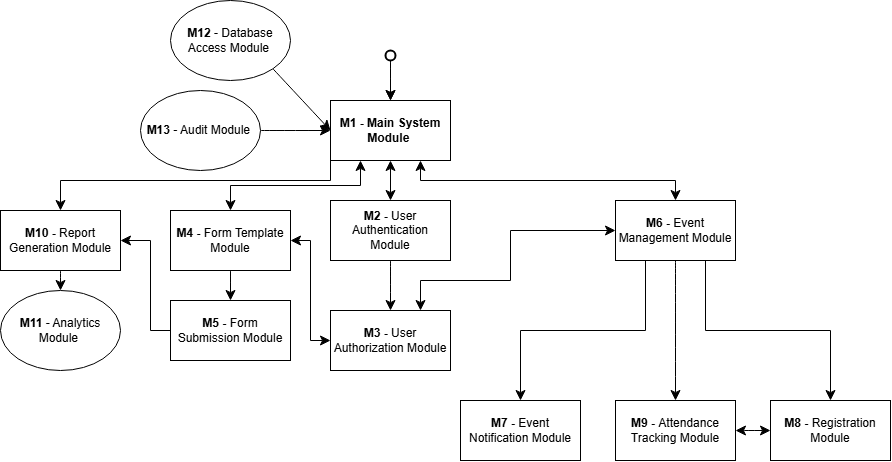
Before: docs/Design/SoftArchitecture/UsesHierarchy.png, a diagram exported from draw.io (VirochaanRG/MES-Event-Management-System). Source tidied: cells renumbered, new cells last; positions are measured from the earlier drawing's top-left corner, leaving out a move shared by most shapes.
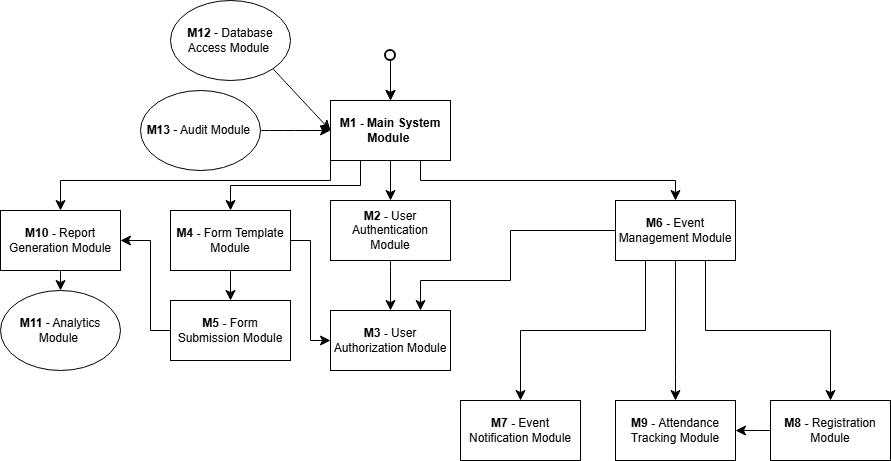
The same file after the commit.

The edit, as a diff of the source:
```diff
@@ -2,13 +2,13 @@
   <root>
     <mxCell id="0" />
     <mxCell id="1" parent="0" />
-    <mxCell id="2" style="edgeStyle=orthogonalEdgeStyle;rounded=0;jettySize=auto;html=1;exitX=0.5;exitY=1;exitDx=0;exitDy=0;entryX=0.5;entryY=0;entryDx=0;entryDy=0;fontSize=12;startSize=8;endSize=8;startArrow=classic;startFill=1;" parent="1" edge="1" source="6" target="11">
+    <mxCell id="2" style="edgeStyle=orthogonalEdgeStyle;rounded=0;jettySize=auto;html=1;exitX=0.5;exitY=1;exitDx=0;exitDy=0;entryX=0.5;entryY=0;entryDx=0;entryDy=0;fontSize=12;startSize=8;endSize=8;startArrow=none;startFill=0;" parent="1" edge="1" source="6" target="11">
       <mxGeometry relative="1" as="geometry" />
     </mxCell>
-    <mxCell id="3" style="edgeStyle=orthogonalEdgeStyle;rounded=0;jettySize=auto;html=1;exitX=0.75;exitY=1;exitDx=0;exitDy=0;entryX=0.5;entryY=0;entryDx=0;entryDy=0;fontSize=12;startSize=8;endSize=8;startArrow=classic;startFill=1;" parent="1" edge="1" source="6" target="18">
+    <mxCell id="3" style="edgeStyle=orthogonalEdgeStyle;rounded=0;jettySize=auto;html=1;exitX=0.75;exitY=1;exitDx=0;exitDy=0;entryX=0.5;entryY=0;entryDx=0;entryDy=0;fontSize=12;startSize=8;endSize=8;startArrow=none;startFill=0;" parent="1" edge="1" source="6" target="18">
       <mxGeometry relative="1" as="geometry" />
     </mxCell>
-    <mxCell id="4" style="edgeStyle=orthogonalEdgeStyle;rounded=0;jettySize=auto;html=1;exitX=0.25;exitY=1;exitDx=0;exitDy=0;entryX=0.5;entryY=0;entryDx=0;entryDy=0;fontSize=12;startSize=8;endSize=8;startArrow=classic;startFill=1;" parent="1" edge="1" source="6" target="26">
+    <mxCell id="4" style="edgeStyle=orthogonalEdgeStyle;rounded=0;jettySize=auto;html=1;exitX=0.25;exitY=1;exitDx=0;exitDy=0;entryX=0.5;entryY=0;entryDx=0;entryDy=0;fontSize=12;startSize=8;endSize=8;startArrow=none;startFill=0;" parent="1" edge="1" source="6" target="26">
       <mxGeometry relative="1" as="geometry" />
     </mxCell>
     <mxCell id="5" style="edgeStyle=orthogonalEdgeStyle;rounded=0;jettySize=auto;html=1;exitX=0;exitY=0.75;exitDx=0;exitDy=0;entryX=0.5;entryY=0;entryDx=0;entryDy=0;fontSize=12;startSize=8;endSize=8;" parent="1" edge="1" source="6" target="32">
@@ -37,7 +37,7 @@
     <mxCell id="11" value="&lt;b&gt;M2 - &lt;/b&gt;User Authentication Module" style="rounded=0;whiteSpace=wrap;html=1;" parent="1" vertex="1">
       <mxGeometry x="330" y="200" width="120" height="60" as="geometry" />
     </mxCell>
-    <mxCell id="12" style="edgeStyle=orthogonalEdgeStyle;rounded=0;jettySize=auto;html=1;exitX=0.75;exitY=0;exitDx=0;exitDy=0;entryX=0;entryY=0.5;entryDx=0;entryDy=0;fontSize=12;startSize=8;endSize=8;startArrow=classic;startFill=1;" parent="1" edge="1" source="14" target="18">
+    <mxCell id="12" style="edgeStyle=orthogonalEdgeStyle;rounded=0;jettySize=auto;html=1;exitX=0.75;exitY=0;exitDx=0;exitDy=0;entryX=0;entryY=0.5;entryDx=0;entryDy=0;fontSize=12;startSize=8;endSize=8;startArrow=classic;startFill=1;endArrow=none;endFill=0;" parent="1" edge="1" source="14" target="18">
       <mxGeometry relative="1" as="geometry">
         <Array as="points">
           <mxPoint x="420" y="280" />
@@ -46,7 +46,7 @@
         </Array>
       </mxGeometry>
     </mxCell>
-    <mxCell id="13" style="edgeStyle=orthogonalEdgeStyle;rounded=0;jettySize=auto;html=1;exitX=0;exitY=0.5;exitDx=0;exitDy=0;entryX=1;entryY=0.5;entryDx=0;entryDy=0;fontSize=12;startSize=8;endSize=8;startArrow=classic;startFill=1;" parent="1" edge="1" source="14" target="26">
+    <mxCell id="13" style="edgeStyle=orthogonalEdgeStyle;rounded=0;jettySize=auto;html=1;exitX=0;exitY=0.5;exitDx=0;exitDy=0;entryX=1;entryY=0.5;entryDx=0;entryDy=0;fontSize=12;startSize=8;endSize=8;startArrow=classic;startFill=1;endArrow=none;endFill=0;" parent="1" edge="1" source="14" target="26">
       <mxGeometry relative="1" as="geometry" />
     </mxCell>
     <mxCell id="14" value="&lt;b&gt;M3 - &lt;/b&gt;User Authorization Module" style="rounded=0;whiteSpace=wrap;html=1;" parent="1" vertex="1">
@@ -70,7 +70,7 @@
     <mxCell id="20" value="&lt;b&gt;M8 - &lt;/b&gt;Registration Module" style="rounded=0;whiteSpace=wrap;html=1;" parent="1" vertex="1">
       <mxGeometry x="770" y="400" width="120" height="60" as="geometry" />
     </mxCell>
-    <mxCell id="21" style="edgeStyle=none;curved=1;rounded=0;jettySize=auto;html=1;fontSize=12;startSize=8;endSize=8;startArrow=classic;startFill=1;" parent="1" edge="1" source="22" target="20">
+    <mxCell id="21" style="edgeStyle=none;curved=1;rounded=0;jettySize=auto;html=1;fontSize=12;startSize=8;endSize=8;startArrow=classic;startFill=1;endArrow=none;endFill=0;" parent="1" edge="1" source="22" target="20">
       <mxGeometry relative="1" as="geometry" />
     </mxCell>
     <mxCell id="22" value="&lt;b&gt;M9 - &lt;/b&gt;Attendance Tracking Module" style="rounded=0;whiteSpace=wrap;html=1;" parent="1" vertex="1">
```
